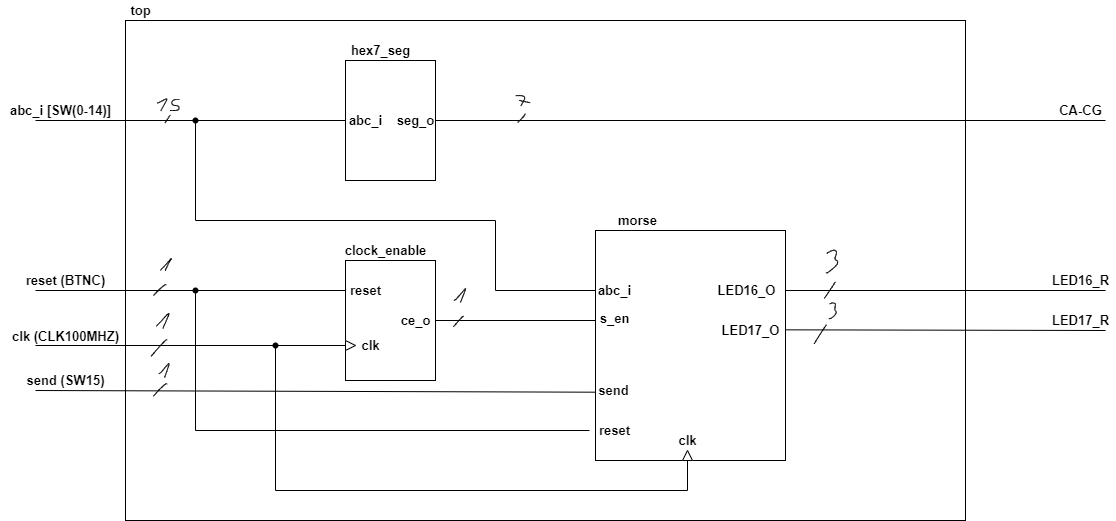
Above: labs/project/top.png in Marxs31/digital-electronics-1 (draw.io), before the change. Source tidied: cells renumbered, new cells last; positions are measured from the earlier drawing's top-left corner, leaving out a move shared by most shapes.
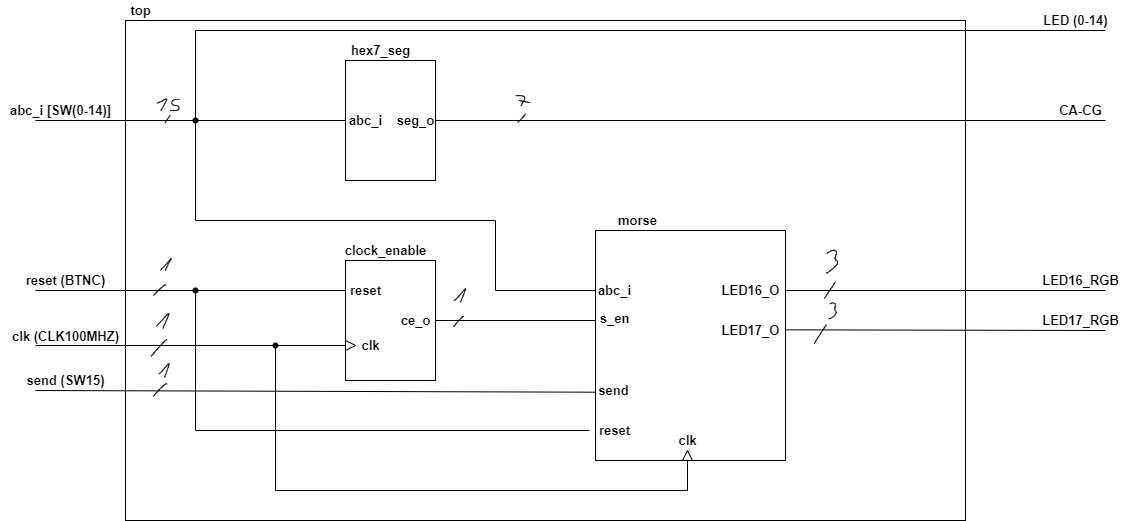
The same file after the commit.

The edit, as a diff of the source:
```diff
@@ -108,7 +108,7 @@
       </mxGeometry>
     </mxCell>
     <mxCell id="30" value="&lt;b style=&quot;font-size: 13px;&quot;&gt;LED16_O&lt;/b&gt;" style="text;html=1;align=center;verticalAlign=middle;strokeColor=none;fillColor=none;fontSize=13;" parent="1" vertex="1">
-      <mxGeometry x="711" y="280" width="70" height="20" as="geometry" />
+      <mxGeometry x="715" y="280" width="70" height="20" as="geometry" />
     </mxCell>
     <mxCell id="31" value="&lt;b style=&quot;font-size: 13px;&quot;&gt;LED17_O&lt;/b&gt;" style="text;html=1;align=center;verticalAlign=middle;points=[];strokeColor=none;fillColor=none;fontSize=13;" parent="1" vertex="1">
       <mxGeometry x="715" y="320" width="70" height="20" as="geometry" />
@@ -116,11 +116,11 @@
     <mxCell id="32" value="&lt;b style=&quot;font-size: 13px;&quot;&gt;CA-CG&lt;/b&gt;" style="text;html=1;align=center;verticalAlign=middle;strokeColor=none;fillColor=none;fontSize=13;" parent="1" vertex="1">
       <mxGeometry x="1050" y="100" width="60" height="20" as="geometry" />
     </mxCell>
-    <mxCell id="33" value="&lt;b style=&quot;font-size: 13px;&quot;&gt;LED16_R&lt;/b&gt;" style="text;html=1;align=center;verticalAlign=middle;strokeColor=none;fillColor=none;fontSize=13;" parent="1" vertex="1">
-      <mxGeometry x="1045" y="270" width="70" height="20" as="geometry" />
+    <mxCell id="33" value="&lt;b style=&quot;font-size: 13px&quot;&gt;LED16_RGB&lt;/b&gt;" style="text;html=1;align=center;verticalAlign=middle;strokeColor=none;fillColor=none;fontSize=13;" parent="1" vertex="1">
+      <mxGeometry x="1035" y="270" width="90" height="20" as="geometry" />
     </mxCell>
-    <mxCell id="34" value="&lt;b style=&quot;font-size: 13px;&quot;&gt;LED17_R&lt;/b&gt;" style="text;html=1;align=center;verticalAlign=middle;strokeColor=none;fillColor=none;fontSize=13;" parent="1" vertex="1">
-      <mxGeometry x="1045" y="310" width="70" height="20" as="geometry" />
+    <mxCell id="34" value="&lt;b style=&quot;font-size: 13px&quot;&gt;LED17_RGB&lt;/b&gt;" style="text;html=1;align=center;verticalAlign=middle;strokeColor=none;fillColor=none;fontSize=13;" parent="1" vertex="1">
+      <mxGeometry x="1035" y="310" width="90" height="20" as="geometry" />
     </mxCell>
     <mxCell id="35" style="shape=waypoint;sketch=0;fillStyle=solid;size=6;points=[];fillColor=none;perimeter=centerPerimeter;snapToPoint=1;fontSize=13;" parent="1" vertex="1">
       <mxGeometry x="255" y="325" width="40" height="40" as="geometry" />
@@ -231,5 +231,16 @@
     <mxCell id="66" value="&lt;b style=&quot;font-size: 13px&quot;&gt;s_en&lt;/b&gt;" style="text;html=1;align=center;verticalAlign=middle;strokeColor=none;fillColor=none;fontSize=13;" parent="1" vertex="1">
       <mxGeometry x="589" y="307.9" width="50" height="20" as="geometry" />
     </mxCell>
+    <mxCell id="67" style="endArrow=none;html=1;rounded=0;exitX=0.4;exitY=0.5;exitDx=0;exitDy=0;exitPerimeter=0;" parent="1" edge="1" source="23">
+      <mxGeometry relative="1" as="geometry">
+        <mxPoint x="1105" y="30" as="targetPoint" />
+        <Array as="points">
+          <mxPoint x="195" y="30" />
+        </Array>
+      </mxGeometry>
+    </mxCell>
+    <mxCell id="68" value="&lt;b style=&quot;font-size: 13px&quot;&gt;LED (0-14)&lt;/b&gt;" style="text;html=1;align=center;verticalAlign=middle;strokeColor=none;fillColor=none;fontSize=13;" parent="1" vertex="1">
+      <mxGeometry x="1035" y="10" width="80" height="20" as="geometry" />
+    </mxCell>
   </root>
 </mxGraphModel>
```
